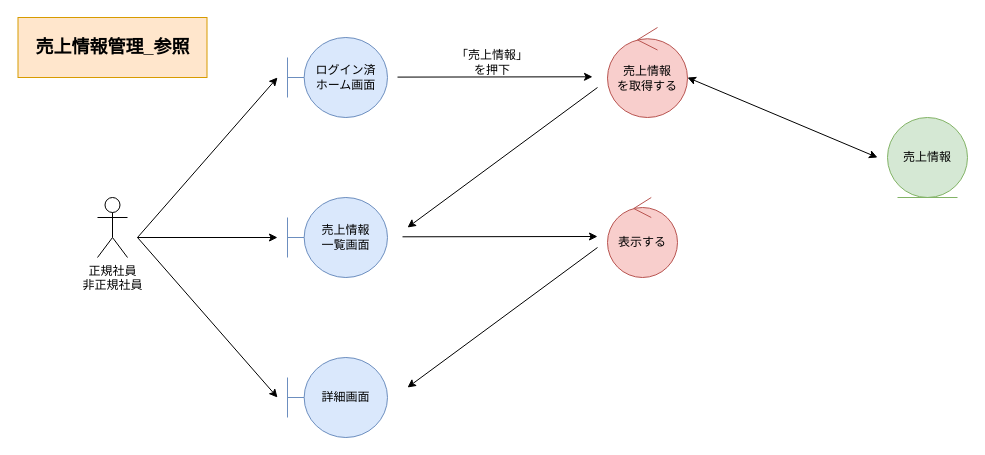
Before: page "*売上情報管理_参照" (2 of 4) of 各種設計書/3ロバストネス図/商品情報管理/5.売上.drawio in HaruShim/Sotuken, a draw.io diagram. Source tidied: cells renumbered, new cells numbered last; positions are measured from the earlier drawing's top-left corner, leaving out a move shared by most shapes. Both pictures are drawn from the tidied source at 100%, with x=0, y=0 at pixel (17, 17).
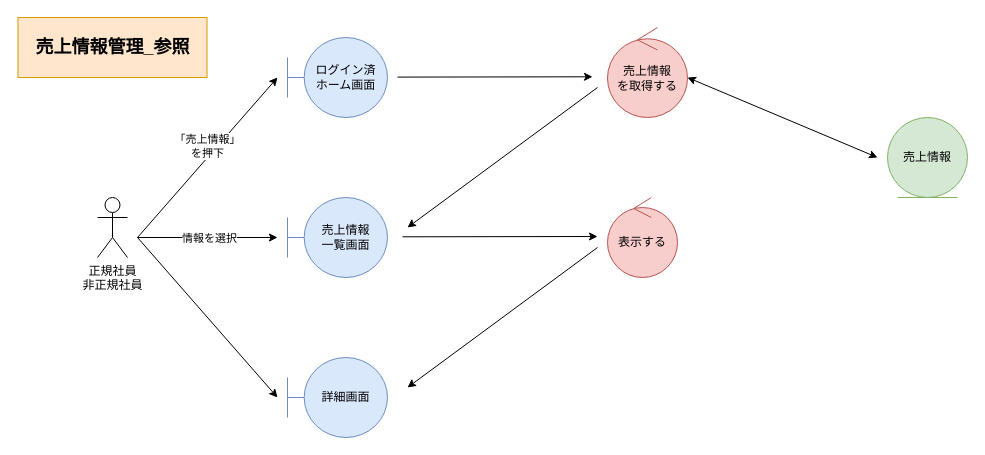
Above is the later version.

The edit, as a diff of the source:
```diff
@@
-    <mxCell id="2" value="正規社員&lt;br&gt;非正規社員" style="shape=umlActor;verticalLabelPosition=bottom;verticalAlign=top;html=1;" parent="1" vertex="1">
-      <mxGeometry x="80" y="180" width="30" height="60" as="geometry" />
-    </mxCell>
@@
-    <mxCell id="9" value="「売上情報」&lt;br&gt;を押下" style="text;html=1;strokeColor=none;fillColor=none;align=center;verticalAlign=middle;whiteSpace=wrap;rounded=0;" parent="1" vertex="1">
-      <mxGeometry x="390" y="30" width="170" height="30" as="geometry" />
-    </mxCell>
-    <mxCell id="10" style="endArrow=classic;html=1;rounded=0;" parent="1" edge="1">
-      <mxGeometry relative="1" as="geometry">
-        <mxPoint x="120" y="220" as="sourcePoint" />
-        <mxPoint x="260" y="60" as="targetPoint" />
-      </mxGeometry>
-    </mxCell>
-    <mxCell id="11" style="endArrow=classic;html=1;rounded=0;" parent="1" edge="1">
-      <mxGeometry relative="1" as="geometry">
-        <mxPoint x="120" y="220" as="sourcePoint" />
-        <mxPoint x="260" y="380" as="targetPoint" />
-      </mxGeometry>
-    </mxCell>
-    <mxCell id="12" style="endArrow=classic;html=1;rounded=0;" parent="1" edge="1">
-      <mxGeometry relative="1" as="geometry">
-        <mxPoint x="120" y="220" as="sourcePoint" />
-        <mxPoint x="260" y="220" as="targetPoint" />
-      </mxGeometry>
-    </mxCell>
@@
+    <mxCell id="2" value="正規社員&lt;br&gt;非正規社員" style="shape=umlActor;verticalLabelPosition=bottom;verticalAlign=top;html=1;" parent="1" vertex="1">
+      <mxGeometry x="80" y="180" width="30" height="60" as="geometry" />
+    </mxCell>
+    <mxCell id="19" style="endArrow=classic;html=1;rounded=0;" parent="1" edge="1">
+      <mxGeometry relative="1" as="geometry">
+        <mxPoint x="120" y="220" as="sourcePoint" />
+        <mxPoint x="260" y="60" as="targetPoint" />
+      </mxGeometry>
+    </mxCell>
+    <mxCell id="9" value="「売上情報」&lt;br&gt;を押下" style="edgeLabel;html=1;align=center;verticalAlign=middle;" parent="19" vertex="1">
+      <mxGeometry x="0.18" y="-4" relative="1" as="geometry">
+        <mxPoint x="-16" as="offset" />
+      </mxGeometry>
+    </mxCell>
+    <mxCell id="20" style="endArrow=classic;html=1;rounded=0;" parent="1" edge="1">
+      <mxGeometry relative="1" as="geometry">
+        <mxPoint x="120" y="220" as="sourcePoint" />
+        <mxPoint x="260" y="380" as="targetPoint" />
+      </mxGeometry>
+    </mxCell>
+    <mxCell id="21" style="endArrow=classic;html=1;rounded=0;" parent="1" edge="1">
+      <mxGeometry relative="1" as="geometry">
+        <mxPoint x="120" y="220" as="sourcePoint" />
+        <mxPoint x="260" y="220" as="targetPoint" />
+      </mxGeometry>
+    </mxCell>
+    <mxCell id="22" value="情報を選択" style="edgeLabel;html=1;align=center;verticalAlign=middle;" parent="21" vertex="1">
+      <mxGeometry x="0.15" y="3" relative="1" as="geometry">
+        <mxPoint x="-10" y="3" as="offset" />
+      </mxGeometry>
+    </mxCell>
```
